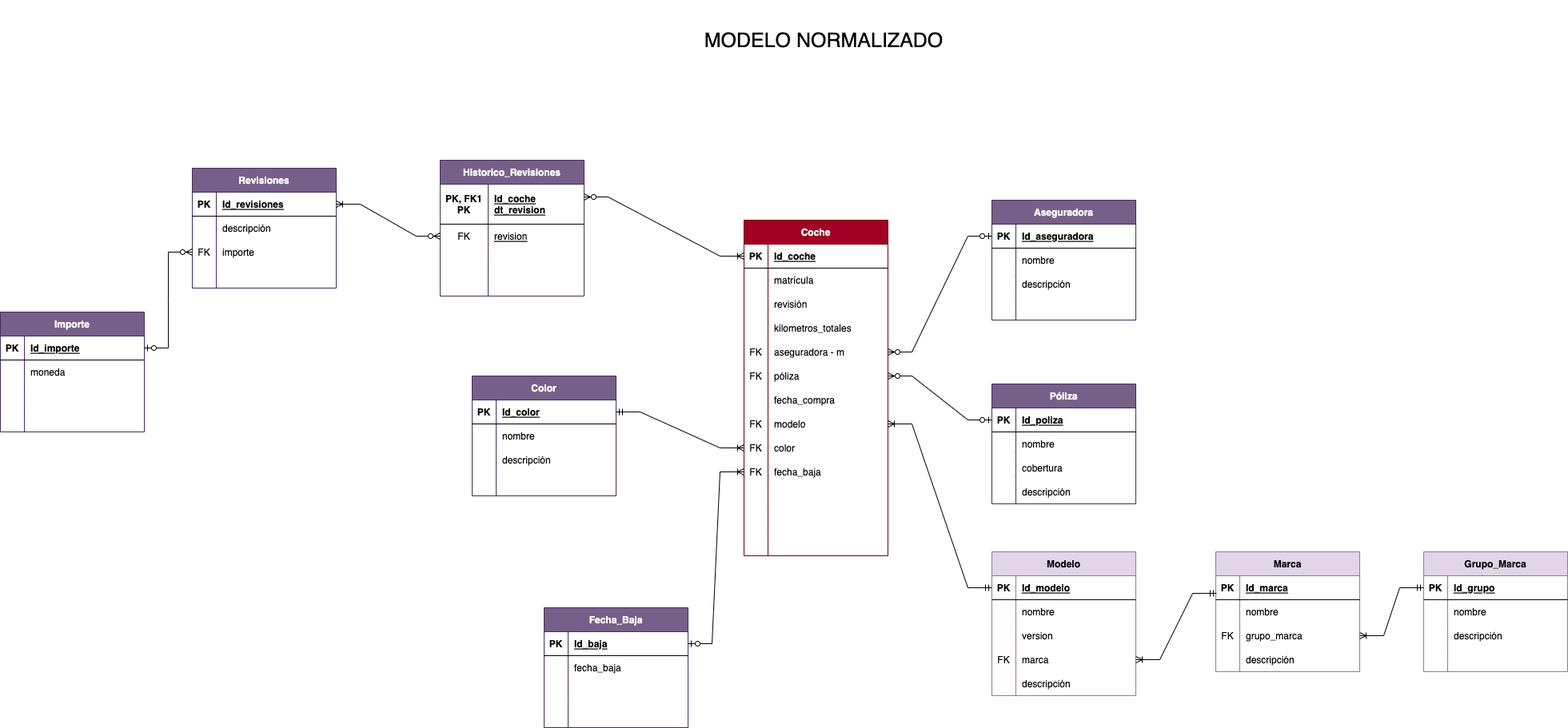
Before: diagrama_practicaSQL1.png, a diagram exported from draw.io (LTRIPLEY27/KeepCodingMobile15_Calzadilla_C_SQLModeling). Source tidied: cells renumbered, new cells last; positions are measured from the earlier drawing's top-left corner, leaving out a move shared by most shapes.
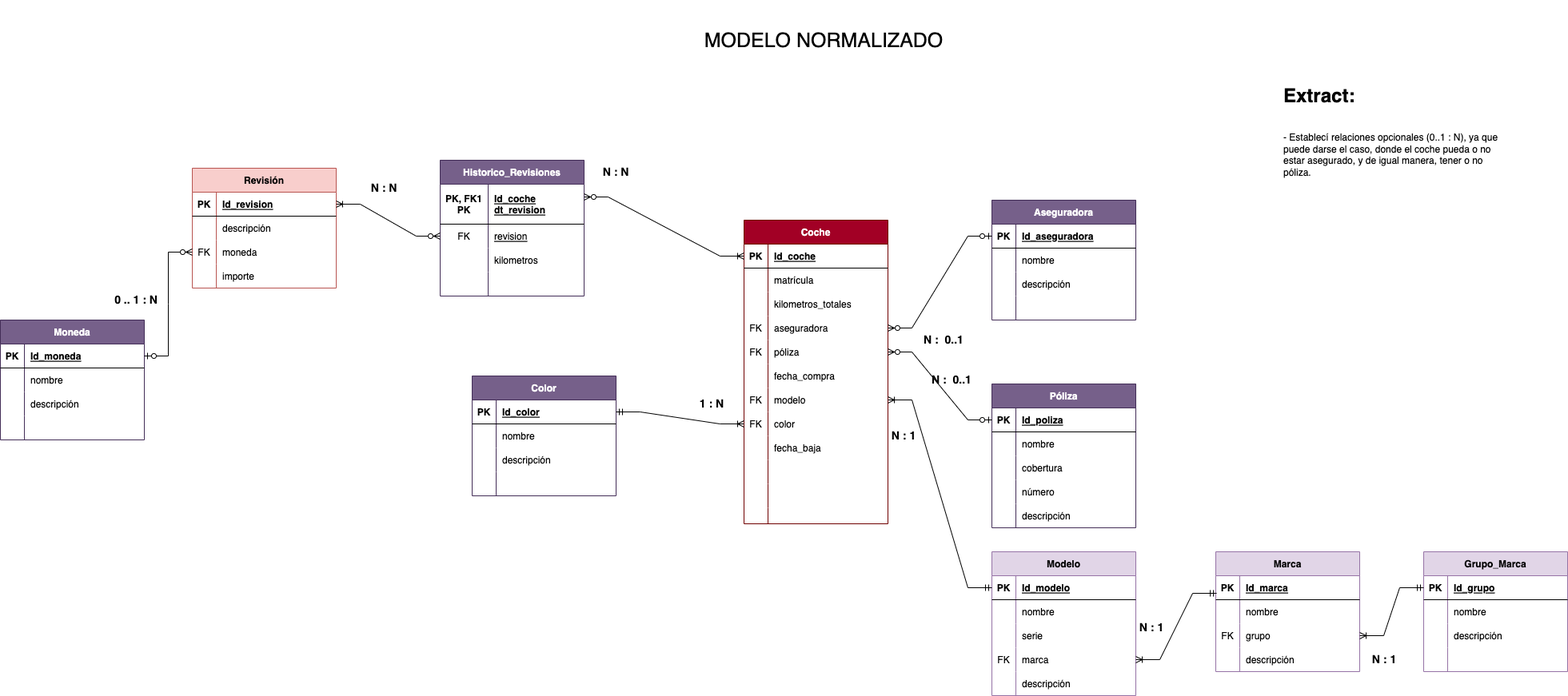
After the change.

What changed in the source:
```diff
@@ -5,3 +5,3 @@
     <mxCell id="2" value="Coche" style="shape=table;startSize=30;rowLines=0;fontStyle=1;align=center;fillColor=#a20025;fontColor=#ffffff;strokeColor=#6F0000;" parent="1" vertex="1">
-      <mxGeometry x="930" y="275" width="180" height="420" as="geometry" />
+      <mxGeometry x="930" y="275" width="180" height="380" as="geometry" />
     </mxCell>
@@ -25,13 +25,4 @@
     </mxCell>
-    <mxCell id="9" style="shape=tableRow;horizontal=0;startSize=0;swimlaneHead=0;swimlaneBody=0;fillColor=none;top=0;left=0;right=0;bottom=0;" parent="2" vertex="1">
-      <mxGeometry y="90" width="180" height="30" as="geometry" />
-    </mxCell>
-    <mxCell id="10" style="shape=partialRectangle;fillColor=none;top=0;left=0;bottom=0;right=0;overflow=hidden;fontStyle=1;" parent="9" vertex="1">
-      <mxGeometry width="30" height="30" as="geometry" />
-    </mxCell>
-    <mxCell id="11" value="revisión  " style="shape=partialRectangle;fillColor=none;top=0;left=0;bottom=0;right=0;align=left;spacingLeft=6;overflow=hidden;" parent="9" vertex="1">
-      <mxGeometry x="30" width="150" height="30" as="geometry" />
-    </mxCell>
     <mxCell id="12" style="shape=tableRow;horizontal=0;startSize=0;swimlaneHead=0;swimlaneBody=0;fillColor=none;top=0;left=0;right=0;bottom=0;" parent="2" vertex="1">
-      <mxGeometry y="120" width="180" height="30" as="geometry" />
+      <mxGeometry y="90" width="180" height="30" as="geometry" />
     </mxCell>
@@ -44,3 +35,3 @@
     <mxCell id="15" style="shape=tableRow;horizontal=0;startSize=0;swimlaneHead=0;swimlaneBody=0;fillColor=none;points=[[0,0.5],[1,0.5]];portConstraint=eastwest;top=0;left=0;right=0;bottom=0;" parent="2" vertex="1">
-      <mxGeometry y="150" width="180" height="30" as="geometry" />
+      <mxGeometry y="120" width="180" height="30" as="geometry" />
     </mxCell>
@@ -49,3 +40,3 @@
     </mxCell>
-    <mxCell id="17" value="aseguradora - m" style="shape=partialRectangle;fillColor=none;top=0;left=0;bottom=0;right=0;align=left;spacingLeft=6;overflow=hidden;" parent="15" vertex="1">
+    <mxCell id="17" value="aseguradora " style="shape=partialRectangle;fillColor=none;top=0;left=0;bottom=0;right=0;align=left;spacingLeft=6;overflow=hidden;" parent="15" vertex="1">
       <mxGeometry x="30" width="150" height="30" as="geometry" />
@@ -53,3 +44,3 @@
     <mxCell id="18" style="shape=tableRow;horizontal=0;startSize=0;swimlaneHead=0;swimlaneBody=0;fillColor=none;points=[[0,0.5],[1,0.5]];portConstraint=eastwest;top=0;left=0;right=0;bottom=0;" parent="2" vertex="1">
-      <mxGeometry y="180" width="180" height="30" as="geometry" />
+      <mxGeometry y="150" width="180" height="30" as="geometry" />
     </mxCell>
@@ -62,3 +53,3 @@
     <mxCell id="21" style="shape=tableRow;horizontal=0;startSize=0;swimlaneHead=0;swimlaneBody=0;fillColor=none;top=0;left=0;right=0;bottom=0;" parent="2" vertex="1">
-      <mxGeometry y="210" width="180" height="30" as="geometry" />
+      <mxGeometry y="180" width="180" height="30" as="geometry" />
     </mxCell>
@@ -71,3 +62,3 @@
     <mxCell id="24" style="shape=tableRow;horizontal=0;startSize=0;swimlaneHead=0;swimlaneBody=0;fillColor=none;points=[[0,0.5],[1,0.5]];portConstraint=eastwest;top=0;left=0;right=0;bottom=0;" parent="2" vertex="1">
-      <mxGeometry y="240" width="180" height="30" as="geometry" />
+      <mxGeometry y="210" width="180" height="30" as="geometry" />
     </mxCell>
@@ -80,3 +71,3 @@
     <mxCell id="27" style="shape=tableRow;horizontal=0;startSize=0;swimlaneHead=0;swimlaneBody=0;fillColor=none;points=[[0,0.5],[1,0.5]];portConstraint=eastwest;top=0;left=0;right=0;bottom=0;" parent="2" vertex="1">
-      <mxGeometry y="270" width="180" height="30" as="geometry" />
+      <mxGeometry y="240" width="180" height="30" as="geometry" />
     </mxCell>
@@ -89,5 +80,5 @@
     <mxCell id="30" style="shape=tableRow;horizontal=0;startSize=0;swimlaneHead=0;swimlaneBody=0;fillColor=none;points=[[0,0.5],[1,0.5]];portConstraint=eastwest;top=0;left=0;right=0;bottom=0;" parent="2" vertex="1">
-      <mxGeometry y="300" width="180" height="30" as="geometry" />
+      <mxGeometry y="270" width="180" height="30" as="geometry" />
     </mxCell>
-    <mxCell id="31" value="FK" style="shape=partialRectangle;fillColor=none;top=0;left=0;bottom=0;right=0;overflow=hidden;" parent="30" vertex="1">
+    <mxCell id="31" style="shape=partialRectangle;fillColor=none;top=0;left=0;bottom=0;right=0;overflow=hidden;" parent="30" vertex="1">
       <mxGeometry width="30" height="30" as="geometry" />
@@ -98,3 +89,3 @@
     <mxCell id="33" style="shape=tableRow;horizontal=0;startSize=0;swimlaneHead=0;swimlaneBody=0;fillColor=none;top=0;left=0;right=0;bottom=0;" parent="2" vertex="1">
-      <mxGeometry y="330" width="180" height="30" as="geometry" />
+      <mxGeometry y="300" width="180" height="30" as="geometry" />
     </mxCell>
@@ -107,3 +98,3 @@
     <mxCell id="36" style="shape=tableRow;horizontal=0;startSize=0;swimlaneHead=0;swimlaneBody=0;fillColor=none;top=0;left=0;right=0;bottom=0;" parent="2" vertex="1">
-      <mxGeometry y="360" width="180" height="30" as="geometry" />
+      <mxGeometry y="330" width="180" height="30" as="geometry" />
     </mxCell>
@@ -116,9 +107,9 @@
     <mxCell id="39" style="shape=tableRow;horizontal=0;startSize=0;swimlaneHead=0;swimlaneBody=0;fillColor=none;top=0;left=0;right=0;bottom=0;" parent="2" vertex="1">
-      <mxGeometry y="390" width="180" height="30" as="geometry" />
+      <mxGeometry y="360" width="180" height="20" as="geometry" />
     </mxCell>
     <mxCell id="40" style="shape=partialRectangle;fillColor=none;top=0;left=0;bottom=0;right=0;overflow=hidden;" parent="39" vertex="1">
-      <mxGeometry width="30" height="30" as="geometry" />
+      <mxGeometry width="30" height="20" as="geometry" />
     </mxCell>
     <mxCell id="41" style="shape=partialRectangle;fillColor=none;top=0;left=0;bottom=0;right=0;align=left;spacingLeft=6;overflow=hidden;" parent="39" vertex="1">
-      <mxGeometry x="30" width="150" height="30" as="geometry" />
+      <mxGeometry x="30" width="150" height="20" as="geometry" />
     </mxCell>
@@ -164,3 +155,3 @@
     <mxCell id="55" value="Póliza" style="shape=table;startSize=30;rowLines=0;fontStyle=1;align=center;fillColor=#76608a;fontColor=#ffffff;strokeColor=#432D57;" parent="1" vertex="1">
-      <mxGeometry x="1240" y="480" width="180" height="150" as="geometry" />
+      <mxGeometry x="1240" y="480" width="180" height="180" as="geometry" />
     </mxCell>
@@ -199,5 +190,14 @@
     </mxCell>
-    <mxCell id="67" value="descripción" style="shape=partialRectangle;fillColor=none;top=0;left=0;bottom=0;right=0;align=left;spacingLeft=6;overflow=hidden;" parent="65" vertex="1">
+    <mxCell id="67" value="número" style="shape=partialRectangle;fillColor=none;top=0;left=0;bottom=0;right=0;align=left;spacingLeft=6;overflow=hidden;" parent="65" vertex="1">
       <mxGeometry x="30" width="150" height="30" as="geometry" />
     </mxCell>
+    <mxCell id="187" style="shape=tableRow;horizontal=0;startSize=0;swimlaneHead=0;swimlaneBody=0;fillColor=none;top=0;left=0;right=0;bottom=0;" parent="55" vertex="1">
+      <mxGeometry y="150" width="180" height="30" as="geometry" />
+    </mxCell>
+    <mxCell id="188" style="shape=partialRectangle;fillColor=none;top=0;left=0;bottom=0;right=0;overflow=hidden;" parent="187" vertex="1">
+      <mxGeometry width="30" height="30" as="geometry" />
+    </mxCell>
+    <mxCell id="189" value="descripción" style="shape=partialRectangle;fillColor=none;top=0;left=0;bottom=0;right=0;align=left;spacingLeft=6;overflow=hidden;" parent="187" vertex="1">
+      <mxGeometry x="30" width="150" height="30" as="geometry" />
+    </mxCell>
     <mxCell id="68" value="Modelo" style="shape=table;startSize=30;rowLines=0;fontStyle=1;align=center;fillColor=#e1d5e7;strokeColor=#9673a6;" parent="1" vertex="1">
@@ -229,3 +229,3 @@
     </mxCell>
-    <mxCell id="77" value="version" style="shape=partialRectangle;fillColor=none;top=0;left=0;bottom=0;right=0;align=left;spacingLeft=6;overflow=hidden;" parent="75" vertex="1">
+    <mxCell id="77" value="serie" style="shape=partialRectangle;fillColor=none;top=0;left=0;bottom=0;right=0;align=left;spacingLeft=6;overflow=hidden;" parent="75" vertex="1">
       <mxGeometry x="30" width="150" height="30" as="geometry" />
@@ -280,3 +280,3 @@
     </mxCell>
-    <mxCell id="94" value="grupo_marca" style="shape=partialRectangle;fillColor=none;top=0;left=0;bottom=0;right=0;align=left;spacingLeft=6;overflow=hidden;" parent="92" vertex="1">
+    <mxCell id="94" value="grupo" style="shape=partialRectangle;fillColor=none;top=0;left=0;bottom=0;right=0;align=left;spacingLeft=6;overflow=hidden;" parent="92" vertex="1">
       <mxGeometry x="30" width="150" height="30" as="geometry" />
@@ -331,3 +331,3 @@
     </mxCell>
-    <mxCell id="111" value="Revisiones" style="shape=table;startSize=30;rowLines=0;fontStyle=1;align=center;fillColor=#76608a;fontColor=#ffffff;strokeColor=#432D57;" parent="1" vertex="1">
+    <mxCell id="111" value="Revisión" style="shape=table;startSize=30;rowLines=0;fontStyle=1;align=center;fillColor=#f8cecc;strokeColor=#b85450;" parent="1" vertex="1">
       <mxGeometry x="240" y="210" width="180" height="150" as="geometry" />
@@ -340,3 +340,3 @@
     </mxCell>
-    <mxCell id="114" value="Id_revisiones" style="shape=partialRectangle;fillColor=none;top=0;left=0;bottom=0;right=0;align=left;spacingLeft=6;fontStyle=5;overflow=hidden;" parent="112" vertex="1">
+    <mxCell id="114" value="Id_revision" style="shape=partialRectangle;fillColor=none;top=0;left=0;bottom=0;right=0;align=left;spacingLeft=6;fontStyle=5;overflow=hidden;" parent="112" vertex="1">
       <mxGeometry x="30" width="150" height="30" as="geometry" />
@@ -358,3 +358,3 @@
     </mxCell>
-    <mxCell id="120" value="importe" style="shape=partialRectangle;fillColor=none;top=0;left=0;bottom=0;right=0;align=left;spacingLeft=6;overflow=hidden;" parent="118" vertex="1">
+    <mxCell id="120" value="moneda" style="shape=partialRectangle;fillColor=none;top=0;left=0;bottom=0;right=0;align=left;spacingLeft=6;overflow=hidden;" parent="118" vertex="1">
       <mxGeometry x="30" width="150" height="30" as="geometry" />
@@ -367,44 +367,5 @@
     </mxCell>
-    <mxCell id="123" style="shape=partialRectangle;fillColor=none;top=0;left=0;bottom=0;right=0;align=left;spacingLeft=6;overflow=hidden;" parent="121" vertex="1">
+    <mxCell id="123" value="importe" style="shape=partialRectangle;fillColor=none;top=0;left=0;bottom=0;right=0;align=left;spacingLeft=6;overflow=hidden;" parent="121" vertex="1">
       <mxGeometry x="30" width="150" height="30" as="geometry" />
     </mxCell>
-    <mxCell id="124" value="Fecha_Baja" style="shape=table;startSize=30;rowLines=0;fontStyle=1;align=center;fillColor=#76608a;fontColor=#ffffff;strokeColor=#432D57;" parent="1" vertex="1">
-      <mxGeometry x="680" y="760" width="180" height="150" as="geometry" />
-    </mxCell>
-    <mxCell id="125" style="shape=tableRow;horizontal=0;startSize=0;swimlaneHead=0;swimlaneBody=0;fillColor=none;points=[[0,0.5],[1,0.5]];portConstraint=eastwest;top=0;left=0;right=0;bottom=1;" parent="124" vertex="1">
-      <mxGeometry y="30" width="180" height="30" as="geometry" />
-    </mxCell>
-    <mxCell id="126" value="PK" style="shape=partialRectangle;fillColor=none;top=0;left=0;bottom=0;right=0;fontStyle=1;overflow=hidden;" parent="125" vertex="1">
-      <mxGeometry width="30" height="30" as="geometry" />
-    </mxCell>
-    <mxCell id="127" value="Id_baja" style="shape=partialRectangle;fillColor=none;top=0;left=0;bottom=0;right=0;align=left;spacingLeft=6;fontStyle=5;overflow=hidden;" parent="125" vertex="1">
-      <mxGeometry x="30" width="150" height="30" as="geometry" />
-    </mxCell>
-    <mxCell id="128" style="shape=tableRow;horizontal=0;startSize=0;swimlaneHead=0;swimlaneBody=0;fillColor=none;top=0;left=0;right=0;bottom=0;" parent="124" vertex="1">
-      <mxGeometry y="60" width="180" height="30" as="geometry" />
-    </mxCell>
-    <mxCell id="129" style="shape=partialRectangle;fillColor=none;top=0;left=0;bottom=0;right=0;overflow=hidden;" parent="128" vertex="1">
-      <mxGeometry width="30" height="30" as="geometry" />
-    </mxCell>
-    <mxCell id="130" value="fecha_baja" style="shape=partialRectangle;fillColor=none;top=0;left=0;bottom=0;right=0;align=left;spacingLeft=6;overflow=hidden;" parent="128" vertex="1">
-      <mxGeometry x="30" width="150" height="30" as="geometry" />
-    </mxCell>
-    <mxCell id="131" style="shape=tableRow;horizontal=0;startSize=0;swimlaneHead=0;swimlaneBody=0;fillColor=none;top=0;left=0;right=0;bottom=0;" parent="124" vertex="1">
-      <mxGeometry y="90" width="180" height="30" as="geometry" />
-    </mxCell>
-    <mxCell id="132" style="shape=partialRectangle;fillColor=none;top=0;left=0;bottom=0;right=0;overflow=hidden;" parent="131" vertex="1">
-      <mxGeometry width="30" height="30" as="geometry" />
-    </mxCell>
-    <mxCell id="133" style="shape=partialRectangle;fillColor=none;top=0;left=0;bottom=0;right=0;align=left;spacingLeft=6;overflow=hidden;" parent="131" vertex="1">
-      <mxGeometry x="30" width="150" height="30" as="geometry" />
-    </mxCell>
-    <mxCell id="134" style="shape=tableRow;horizontal=0;startSize=0;swimlaneHead=0;swimlaneBody=0;fillColor=none;top=0;left=0;right=0;bottom=0;" parent="124" vertex="1">
-      <mxGeometry y="120" width="180" height="30" as="geometry" />
-    </mxCell>
-    <mxCell id="135" style="shape=partialRectangle;fillColor=none;top=0;left=0;bottom=0;right=0;overflow=hidden;" parent="134" vertex="1">
-      <mxGeometry width="30" height="30" as="geometry" />
-    </mxCell>
-    <mxCell id="136" style="shape=partialRectangle;fillColor=none;top=0;left=0;bottom=0;right=0;align=left;spacingLeft=6;overflow=hidden;" parent="134" vertex="1">
-      <mxGeometry x="30" width="150" height="30" as="geometry" />
-    </mxCell>
     <mxCell id="137" value="Historico_Revisiones" style="shape=table;startSize=30;rowLines=0;fontStyle=1;align=center;fillColor=#76608a;fontColor=#ffffff;strokeColor=#432D57;" parent="1" vertex="1">
@@ -436,3 +397,3 @@
     </mxCell>
-    <mxCell id="146" style="shape=partialRectangle;fillColor=none;top=0;left=0;bottom=0;right=0;align=left;spacingLeft=6;overflow=hidden;" parent="144" vertex="1">
+    <mxCell id="146" value="kilometros" style="shape=partialRectangle;fillColor=none;top=0;left=0;bottom=0;right=0;align=left;spacingLeft=6;overflow=hidden;" parent="144" vertex="1">
       <mxGeometry x="60" width="120" height="30" as="geometry" />
@@ -448,4 +409,4 @@
     </mxCell>
-    <mxCell id="150" value="Importe" style="shape=table;startSize=30;rowLines=0;fontStyle=1;align=center;fillColor=#76608a;fontColor=#ffffff;strokeColor=#432D57;" parent="1" vertex="1">
-      <mxGeometry y="390" width="180" height="150" as="geometry" />
+    <mxCell id="150" value="Moneda" style="shape=table;startSize=30;rowLines=0;fontStyle=1;align=center;fillColor=#76608a;fontColor=#ffffff;strokeColor=#432D57;" parent="1" vertex="1">
+      <mxGeometry y="400" width="180" height="150" as="geometry" />
     </mxCell>
@@ -457,3 +418,3 @@
     </mxCell>
-    <mxCell id="153" value="Id_importe" style="shape=partialRectangle;fillColor=none;top=0;left=0;bottom=0;right=0;align=left;spacingLeft=6;fontStyle=5;overflow=hidden;" parent="151" vertex="1">
+    <mxCell id="153" value="Id_moneda" style="shape=partialRectangle;fillColor=none;top=0;left=0;bottom=0;right=0;align=left;spacingLeft=6;fontStyle=5;overflow=hidden;" parent="151" vertex="1">
       <mxGeometry x="30" width="150" height="30" as="geometry" />
@@ -466,3 +427,3 @@
     </mxCell>
-    <mxCell id="156" value="moneda" style="shape=partialRectangle;fillColor=none;top=0;left=0;bottom=0;right=0;align=left;spacingLeft=6;overflow=hidden;" parent="154" vertex="1">
+    <mxCell id="156" value="nombre" style="shape=partialRectangle;fillColor=none;top=0;left=0;bottom=0;right=0;align=left;spacingLeft=6;overflow=hidden;" parent="154" vertex="1">
       <mxGeometry x="30" width="150" height="30" as="geometry" />
@@ -475,3 +436,3 @@
     </mxCell>
-    <mxCell id="159" style="shape=partialRectangle;fillColor=none;top=0;left=0;bottom=0;right=0;align=left;spacingLeft=6;overflow=hidden;" parent="157" vertex="1">
+    <mxCell id="159" value="descripción" style="shape=partialRectangle;fillColor=none;top=0;left=0;bottom=0;right=0;align=left;spacingLeft=6;overflow=hidden;" parent="157" vertex="1">
       <mxGeometry x="30" width="150" height="30" as="geometry" />
@@ -544,5 +505,2 @@
     </mxCell>
-    <mxCell id="182" style="edgeStyle=entityRelationEdgeStyle;fontSize=12;html=1;endArrow=ERoneToMany;startArrow=ERzeroToOne;rounded=0;exitX=1;exitY=0.5;exitDx=0;exitDy=0;entryX=0;entryY=0.5;entryDx=0;entryDy=0;" parent="1" edge="1" source="125" target="30">
-      <mxGeometry relative="1" as="geometry" />
-    </mxCell>
     <mxCell id="183" style="edgeStyle=entityRelationEdgeStyle;fontSize=12;html=1;endArrow=ERoneToMany;startArrow=ERzeroToMany;rounded=0;entryX=0;entryY=0.5;entryDx=0;entryDy=0;" parent="1" edge="1" target="3">
@@ -561,2 +519,32 @@
     </mxCell>
+    <mxCell id="190" value="&lt;h1&gt;Extract:&lt;/h1&gt;&lt;div&gt;&lt;br&gt;&lt;/div&gt;&lt;div&gt;- Establecí relaciones opcionales (0..1 : N), ya que puede darse el caso, donde el coche pueda o no estar asegurado, y de igual manera, tener o no póliza.&lt;/div&gt;" style="text;html=1;strokeColor=none;fillColor=none;spacing=5;spacingTop=-20;whiteSpace=wrap;overflow=hidden;rounded=0;" parent="1" vertex="1">
+      <mxGeometry x="1600" y="100" width="290" height="260" as="geometry" />
+    </mxCell>
+    <mxCell id="191" value="&lt;b&gt;&lt;font style=&quot;font-size: 14px;&quot;&gt;1 : N&lt;/font&gt;&lt;/b&gt;" style="text;html=1;strokeColor=none;fillColor=none;align=center;verticalAlign=middle;whiteSpace=wrap;rounded=0;" parent="1" vertex="1">
+      <mxGeometry x="860" y="490" width="60" height="30" as="geometry" />
+    </mxCell>
+    <mxCell id="192" value="&lt;b&gt;&lt;font style=&quot;font-size: 14px;&quot;&gt;N :&amp;nbsp; 0..1&lt;/font&gt;&lt;/b&gt;" style="text;html=1;strokeColor=none;fillColor=none;align=center;verticalAlign=middle;whiteSpace=wrap;rounded=0;" parent="1" vertex="1">
+      <mxGeometry x="1150" y="410" width="60" height="30" as="geometry" />
+    </mxCell>
+    <mxCell id="193" value="&lt;b&gt;&lt;font style=&quot;font-size: 14px;&quot;&gt;N : 1&lt;/font&gt;&lt;/b&gt;" style="text;html=1;strokeColor=none;fillColor=none;align=center;verticalAlign=middle;whiteSpace=wrap;rounded=0;" parent="1" vertex="1">
+      <mxGeometry x="1100" y="530" width="60" height="30" as="geometry" />
+    </mxCell>
+    <mxCell id="194" value="&lt;b&gt;&lt;font style=&quot;font-size: 14px;&quot;&gt;N : 1&lt;/font&gt;&lt;/b&gt;" style="text;html=1;strokeColor=none;fillColor=none;align=center;verticalAlign=middle;whiteSpace=wrap;rounded=0;" parent="1" vertex="1">
+      <mxGeometry x="1410" y="770" width="60" height="30" as="geometry" />
+    </mxCell>
+    <mxCell id="195" value="&lt;b&gt;&lt;font style=&quot;font-size: 14px;&quot;&gt;N : 1&lt;/font&gt;&lt;/b&gt;" style="text;html=1;strokeColor=none;fillColor=none;align=center;verticalAlign=middle;whiteSpace=wrap;rounded=0;" parent="1" vertex="1">
+      <mxGeometry x="1701" y="810" width="60" height="30" as="geometry" />
+    </mxCell>
+    <mxCell id="196" value="&lt;b&gt;&lt;font style=&quot;font-size: 14px;&quot;&gt;N : N&lt;/font&gt;&lt;/b&gt;" style="text;html=1;strokeColor=none;fillColor=none;align=center;verticalAlign=middle;whiteSpace=wrap;rounded=0;" parent="1" vertex="1">
+      <mxGeometry x="740" y="200" width="60" height="30" as="geometry" />
+    </mxCell>
+    <mxCell id="197" value="&lt;b&gt;&lt;font style=&quot;font-size: 14px;&quot;&gt;N : N&lt;/font&gt;&lt;/b&gt;" style="text;html=1;strokeColor=none;fillColor=none;align=center;verticalAlign=middle;whiteSpace=wrap;rounded=0;" parent="1" vertex="1">
+      <mxGeometry x="450" y="220" width="60" height="30" as="geometry" />
+    </mxCell>
+    <mxCell id="198" value="&lt;b&gt;&lt;font style=&quot;font-size: 14px;&quot;&gt;0 .. 1 : N&lt;/font&gt;&lt;/b&gt;" style="text;html=1;strokeColor=none;fillColor=none;align=center;verticalAlign=middle;whiteSpace=wrap;rounded=0;" parent="1" vertex="1">
+      <mxGeometry x="140" y="360" width="60" height="30" as="geometry" />
+    </mxCell>
+    <mxCell id="199" value="&lt;b&gt;&lt;font style=&quot;font-size: 14px;&quot;&gt;N :&amp;nbsp; 0..1&lt;/font&gt;&lt;/b&gt;" style="text;html=1;strokeColor=none;fillColor=none;align=center;verticalAlign=middle;whiteSpace=wrap;rounded=0;" parent="1" vertex="1">
+      <mxGeometry x="1160" y="460" width="60" height="30" as="geometry" />
+    </mxCell>
   </root>
```
